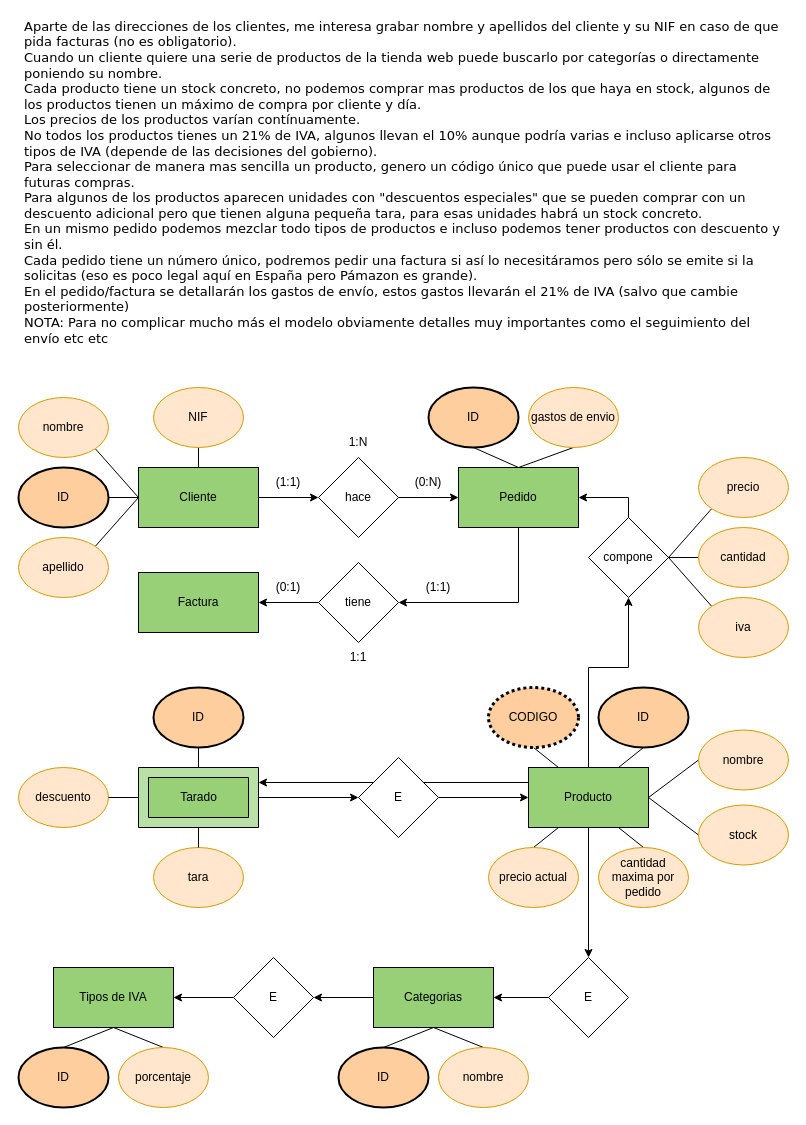
The draw.io diagram drawio/Ejer8-2.drawio in DiEgOfercri/Modelos-BBDD, before the edit. Source tidied: cells renumbered, new cells numbered last; positions are measured from the earlier drawing's top-left corner, leaving out a move shared by most shapes. Both pictures are drawn from the tidied source at 100%, with x=0, y=0 at pixel (18, 17).
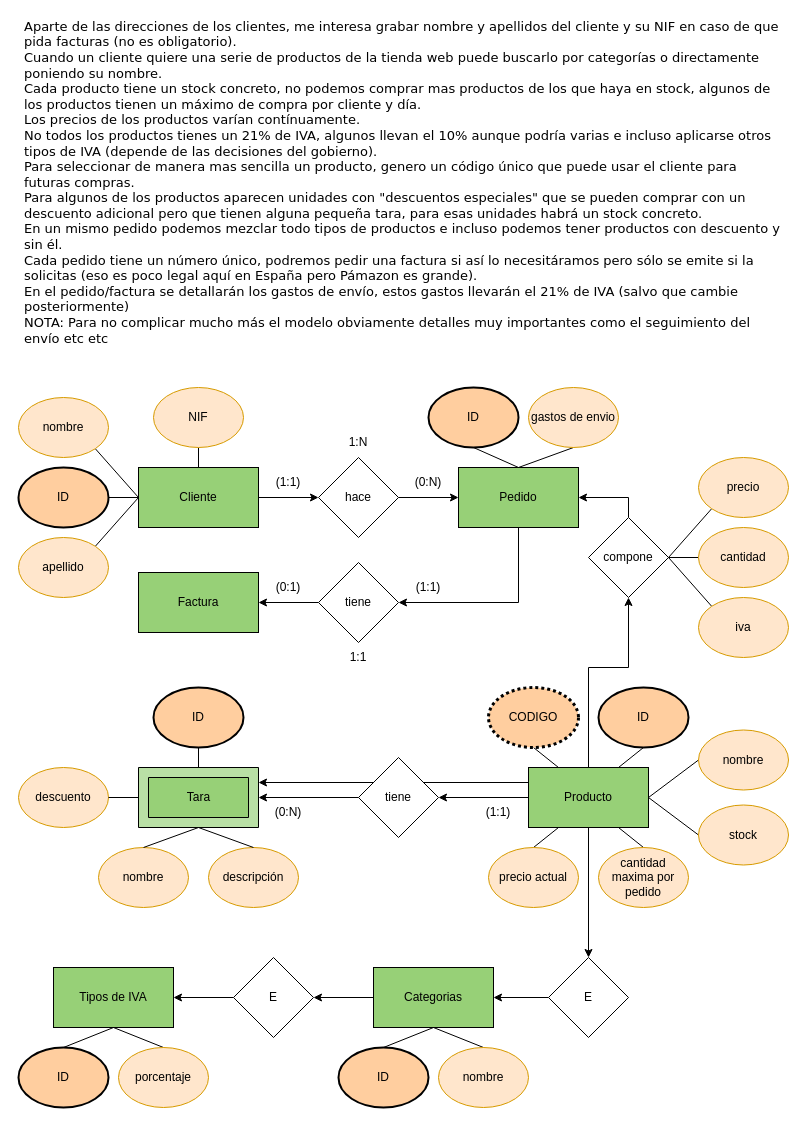
The same diagram, later.

Unchanged cells that the change refers to:
```xml
<mxCell id="17" value="Producto" style="rounded=0;whiteSpace=wrap;html=1;fillColor=#97D077;" parent="1" vertex="1">
  <mxGeometry x="510" y="750" width="120" height="60" as="geometry" />
</mxCell>
<mxCell id="47" style="group;fillColor=#97D077;" parent="1" vertex="1">
  <mxGeometry x="120" y="750" width="120" height="60" as="geometry" />
</mxCell>
<mxCell id="48" style="verticalLabelPosition=bottom;verticalAlign=top;html=1;shape=mxgraph.basic.frame;dx=10;whiteSpace=wrap;fillColor=#B9E0A5;" parent="47" vertex="1">
  <mxGeometry width="120" height="60" as="geometry" />
</mxCell>
```

Change to the diagram source:
```diff
@@
-    <mxCell id="44" style="edgeStyle=orthogonalEdgeStyle;rounded=0;jettySize=auto;html=1;exitX=1;exitY=0.5;exitDx=0;exitDy=0;entryX=0;entryY=0.5;entryDx=0;entryDy=0;" parent="1" edge="1" source="45" target="17">
+    <mxCell id="44" style="edgeStyle=orthogonalEdgeStyle;rounded=0;jettySize=auto;html=1;exitX=1;exitY=0.5;exitDx=0;exitDy=0;entryX=0;entryY=0.5;entryDx=0;entryDy=0;startArrow=classic;startFill=1;endArrow=none;endFill=0;" parent="1" edge="1" source="45" target="17">
       <mxGeometry relative="1" as="geometry" />
     </mxCell>
-    <mxCell id="45" value="E" style="rhombus;whiteSpace=wrap;html=1;" parent="1" vertex="1">
+    <mxCell id="45" value="tiene" style="rhombus;whiteSpace=wrap;html=1;" parent="1" vertex="1">
       <mxGeometry x="340" y="740" width="80" height="80" as="geometry" />
     </mxCell>
-    <mxCell id="46" style="edgeStyle=orthogonalEdgeStyle;rounded=0;jettySize=auto;html=1;exitX=1;exitY=0.5;exitDx=0;exitDy=0;exitPerimeter=0;entryX=0;entryY=0.5;entryDx=0;entryDy=0;" parent="1" edge="1" source="48" target="45">
+    <mxCell id="46" style="edgeStyle=orthogonalEdgeStyle;rounded=0;jettySize=auto;html=1;exitX=1;exitY=0.5;exitDx=0;exitDy=0;exitPerimeter=0;entryX=0;entryY=0.5;entryDx=0;entryDy=0;endArrow=none;endFill=0;startArrow=classic;startFill=1;" parent="1" edge="1" source="48" target="45">
       <mxGeometry relative="1" as="geometry" />
     </mxCell>
@@
-    <mxCell id="49" value="Tarado" style="text;html=1;align=center;verticalAlign=middle;strokeColor=none;fillColor=none;" parent="47" vertex="1">
-      <mxGeometry x="30" y="15" width="60" height="30" as="geometry" />
+    <mxCell id="49" value="Tara" style="text;html=1;align=center;verticalAlign=middle;strokeColor=none;fillColor=none;" parent="47" vertex="1">
+      <mxGeometry x="35" y="15" width="50" height="30" as="geometry" />
     </mxCell>
@@
-    <mxCell id="51" value="tara" style="ellipse;whiteSpace=wrap;html=1;strokeWidth=1;fillColor=#ffe6cc;strokeColor=#d79b00;" parent="1" vertex="1">
-      <mxGeometry x="135" y="830" width="90" height="60" as="geometry" />
+    <mxCell id="51" value="nombre" style="ellipse;whiteSpace=wrap;html=1;strokeWidth=1;fillColor=#ffe6cc;strokeColor=#d79b00;" parent="1" vertex="1">
+      <mxGeometry x="80" y="830" width="90" height="60" as="geometry" />
     </mxCell>
@@
     <mxCell id="76" value="(1:1)" style="text;html=1;strokeColor=none;fillColor=none;align=center;verticalAlign=middle;whiteSpace=wrap;rounded=0;" parent="1" vertex="1">
-      <mxGeometry x="390" y="555" width="60" height="30" as="geometry" />
+      <mxGeometry x="380" y="555" width="60" height="30" as="geometry" />
     </mxCell>
@@
+    <mxCell id="81" value="(0:N)" style="text;html=1;strokeColor=none;fillColor=none;align=center;verticalAlign=middle;whiteSpace=wrap;rounded=0;" parent="1" vertex="1">
+      <mxGeometry x="240" y="780" width="60" height="30" as="geometry" />
+    </mxCell>
+    <mxCell id="82" value="(1:1)" style="text;html=1;strokeColor=none;fillColor=none;align=center;verticalAlign=middle;whiteSpace=wrap;rounded=0;" parent="1" vertex="1">
+      <mxGeometry x="450" y="780" width="60" height="30" as="geometry" />
+    </mxCell>
+    <mxCell id="83" value="descripción" style="ellipse;whiteSpace=wrap;html=1;strokeWidth=1;fillColor=#ffe6cc;strokeColor=#d79b00;" parent="1" vertex="1">
+      <mxGeometry x="190" y="830" width="90" height="60" as="geometry" />
+    </mxCell>
+    <mxCell id="84" style="rounded=0;jettySize=auto;html=1;exitX=0.5;exitY=0;exitDx=0;exitDy=0;entryX=0.5;entryY=1;entryDx=0;entryDy=0;entryPerimeter=0;endArrow=none;endFill=0;" parent="1" edge="1" source="83" target="48">
+      <mxGeometry relative="1" as="geometry" />
+    </mxCell>
```
